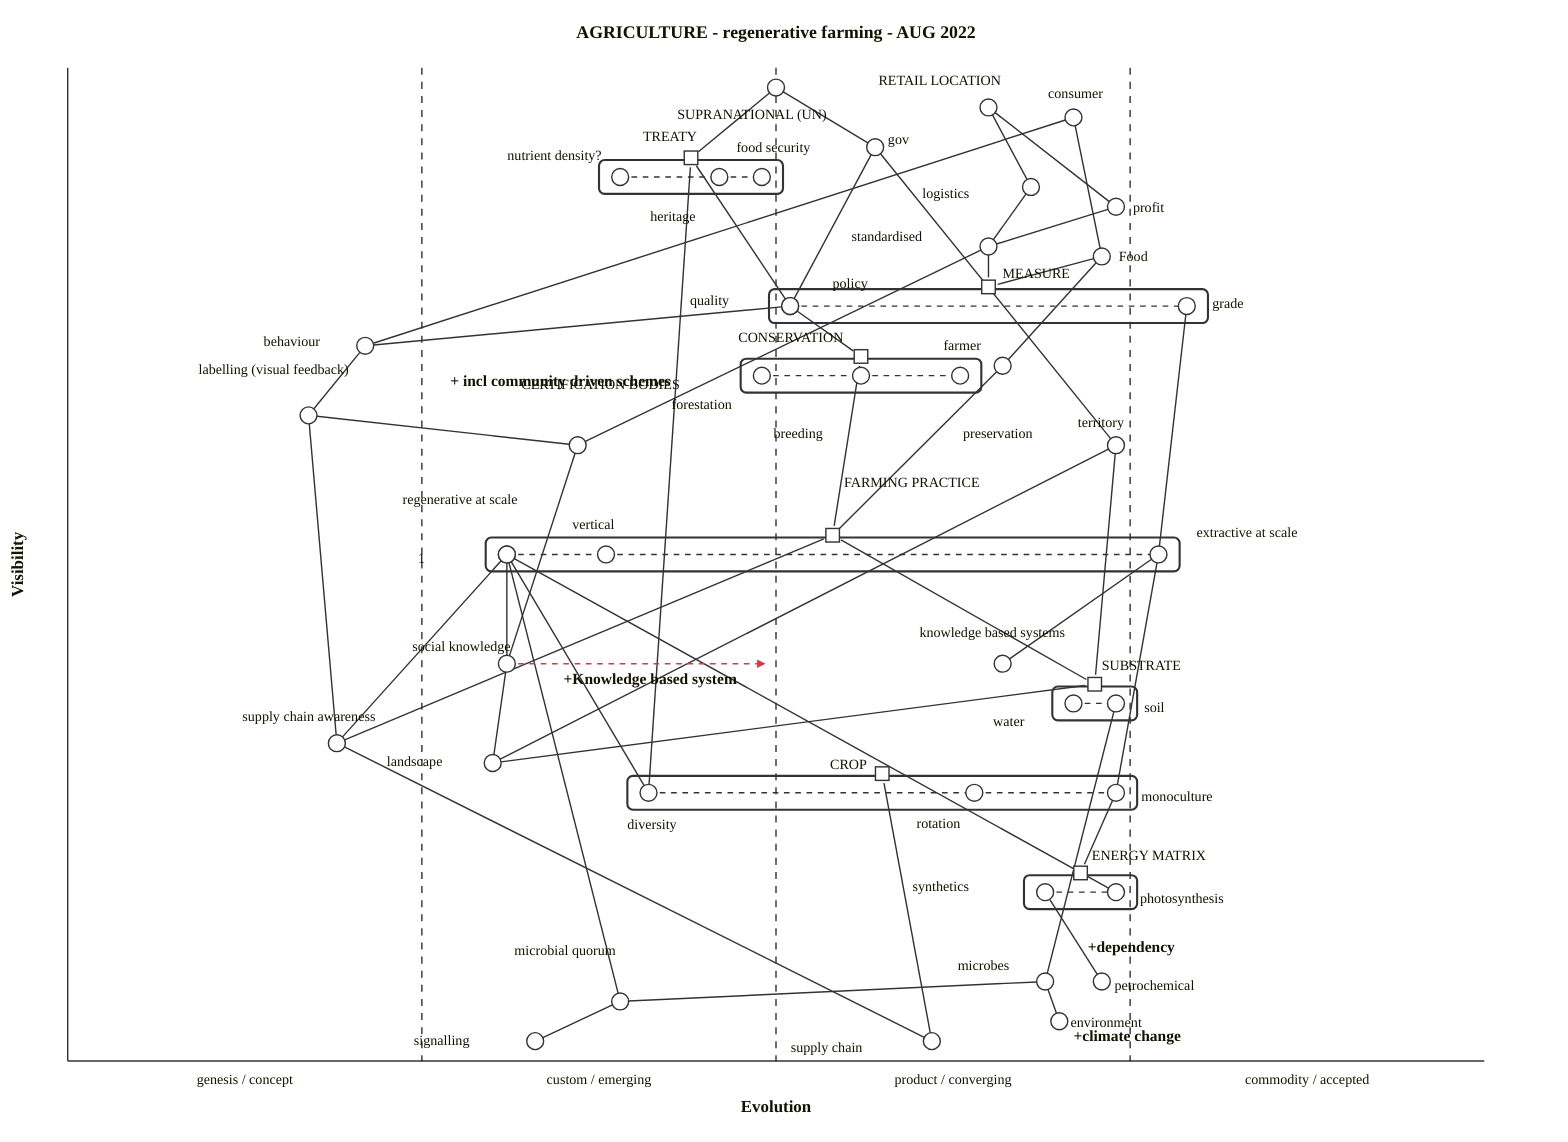
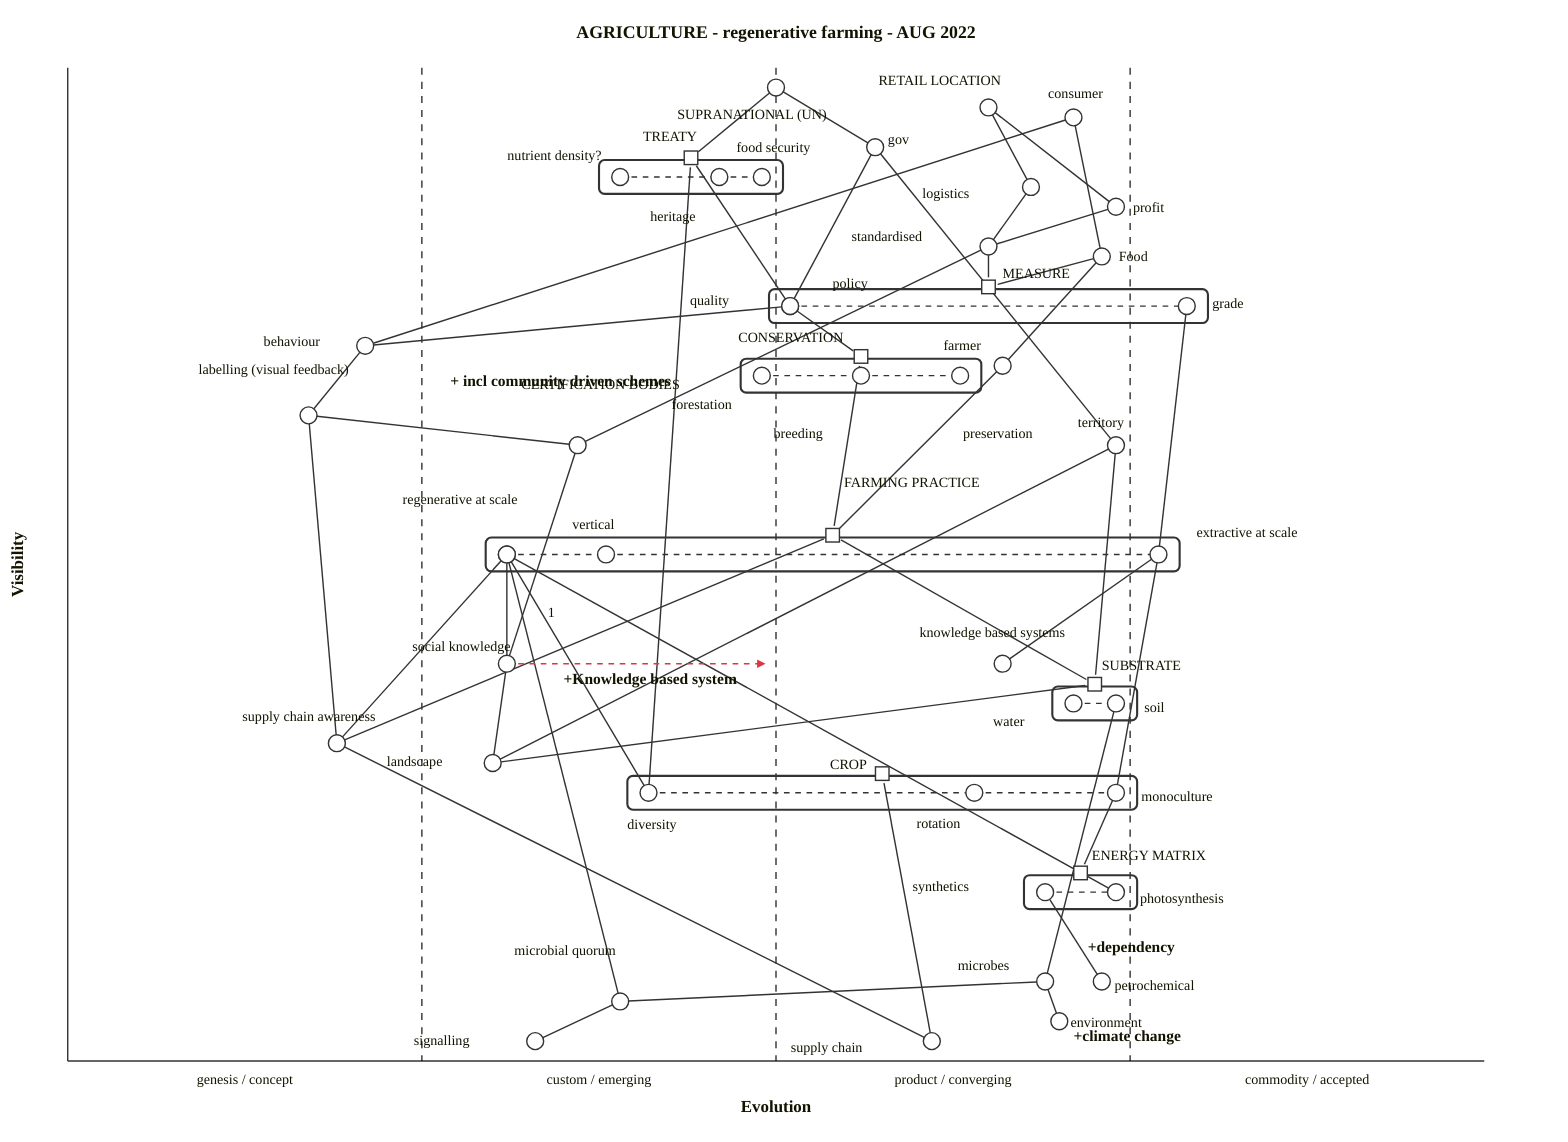
wardley-beta

title AGRICULTURE - regenerative farming - AUG 2022
size [1100, 800]
evolution genesis / concept -> custom / emerging -> product / converging -> commodity / accepted

note "+Knowledge based system" [0.38, 0.35]
note "+dependency" [0.11, 0.72]
note "+climate change" [0.02, 0.71]

component CONSERVATION [0.69, 0.58] label [-87, -10]
pipeline CONSERVATION {
  component forestation [0.49] label [-64, 24]
  component breeding [0.56] label [-62, 44]
  component preservation [0.63] label [2, 44]
}

component CERTIFICATION BODIES [0.62, 0.36] label [-40, -40]
note "+ incl community driven schemes" [0.68, 0.27]

component SUBSTRATE [0.36, 0.72] label [5, -10]
pipeline SUBSTRATE {
  component water [0.71] label [-57, 16]
  component soil [0.74] label [20, 6]
}

component territory [0.62, 0.74] label [-27, -13]
component landscape [0.30, 0.30] label [-75, 2]

component supply chain awareness [0.32, 0.19] label [-67, -16]
component behaviour [0.72, 0.21] label [-72, 0]
component "labelling (visual feedback)" [0.65, 0.17] label [-78, -29]

component gov [0.92, 0.57] label [9, -2]
component SUPRANATIONAL (UN) [0.98, 0.50] label [-70, 22]

component TREATY [0.89, 0.42] label [-34, -12]
pipeline TREATY {
  component "nutrient density?" [0.39] label [-80, -12]
  component heritage [0.46] label [-49, 31]
  component food security [0.49] label [-18, -18]
}

component social knowledge [0.40, 0.31] label [-67, -9]
component knowledge based systems [0.40, 0.66] label [-59, -19]
component MEASURE [0.76, 0.73] label [10, -6]
pipeline MEASURE {
  component policy [0.51] label [30, -13]
  component quality [0.51] label [-71, -1]
  component grade [0.79] label [18, 1]
}

component RETAIL LOCATION [0.96, 0.65] label [-78, -16]

component farmer [0.70, 0.66] label [-42, -11]
component consumer [0.95, 0.71] label [-18, -14]
component profit [0.86, 0.74] label [12, 4]
component standardised [0.82, 0.65] label [-97, -4]
component logistics [0.88, 0.68] label [-77, 8]

component Food [0.81, 0.73] label [12, 3]

component FARMING PRACTICE [0.51, 0.66] label [8, -34]
pipeline FARMING PRACTICE {
-   component "1" [0.31] label [-63, 6]
+   component "1" [0.31] label [29, 44]
  component regenerative at scale [0.31] label [-74, -36]
  component vertical [0.38] label [-24, -18]
  component extractive at scale [0.77] label [27, -12]
}

evolve "1" 0.54

component CROP [0.27, 0.71] label [-37, -3]
pipeline CROP {
  component diversity [0.41] label [-15, 26]
  component rotation [0.64] label [-41, 25]
  component monoculture [0.74] label [18, 6]
}

component ENERGY MATRIX [0.17, 0.72] label [8, -9]
pipeline ENERGY MATRIX {
  component synthetics [0.69] label [-94, -1]
  component photosynthesis [0.74] label [17, 8]
}
component microbes [0.08, 0.69] label [-62, -8]
component microbial quorum [0.06, 0.39] label [-75, -33]
component signalling [0.02, 0.33] label [-86, 3]
component petrochemical [0.08, 0.73] label [9, 6]
component supply chain [0.02, 0.61] label [-100, 8]
component environment [0.04, 0.70] label [8, 4]
evolve social knowledge 0.5

soil -> regenerative farming
microbes -> microbial quorum
microbial quorum -> signalling
petrochemical -> synthetics
regenerative at scale -> photosynthesis
extractive at scale -> monoculture
diversity -> regenerative at scale
monoculture -> ENERGY MATRIX
microbial quorum -> solar
regenerative at scale -> microbial quorum
supermarket -> farmer
Food -> farmer
consumer -> Food
consumer -> supermarket
RETAIL LOCATION -> profit
Food -> MEASURE
profit -> standardised
standardised -> MEASURE
logistics -> RETAIL LOCATION
logistics -> standardised
farmer -> FARMING PRACTICE
CERTIFICATION BODIES -> standardised
SUBSTRATE -> FARMING PRACTICE
CONSERVATION -> FARMING PRACTICE
gov -> policy
policy -> CONSERVATION
supranational -> gov
SUPRANATIONAL (UN) -> gov
SUPRANATIONAL (UN) -> TREATY
TREATY -> policy
TREATY -> diversity
gov -> territory
territory -> SUBSTRATE
regenerative at scale -> social knowledge
territory -> landscape
social knowledge -> landscape
SUBSTRATE -> landscape
extractive at scale -> knowledge based systems
consumer -> behaviour
behaviour -> "labelling (visual feedback)"
"labelling (visual feedback)" -> supply chain awareness
FARMING PRACTICE -> supply chain awareness
policy -> behaviour
supply chain -> CROP
supply chain awareness -> supply chain
soil -> microbes
"1" -> supply chain awareness
environment -> microbes
CERTIFICATION BODIES -> social knowledge
CERTIFICATION BODIES -> "labelling (visual feedback)"
grade -> extractive at scale

